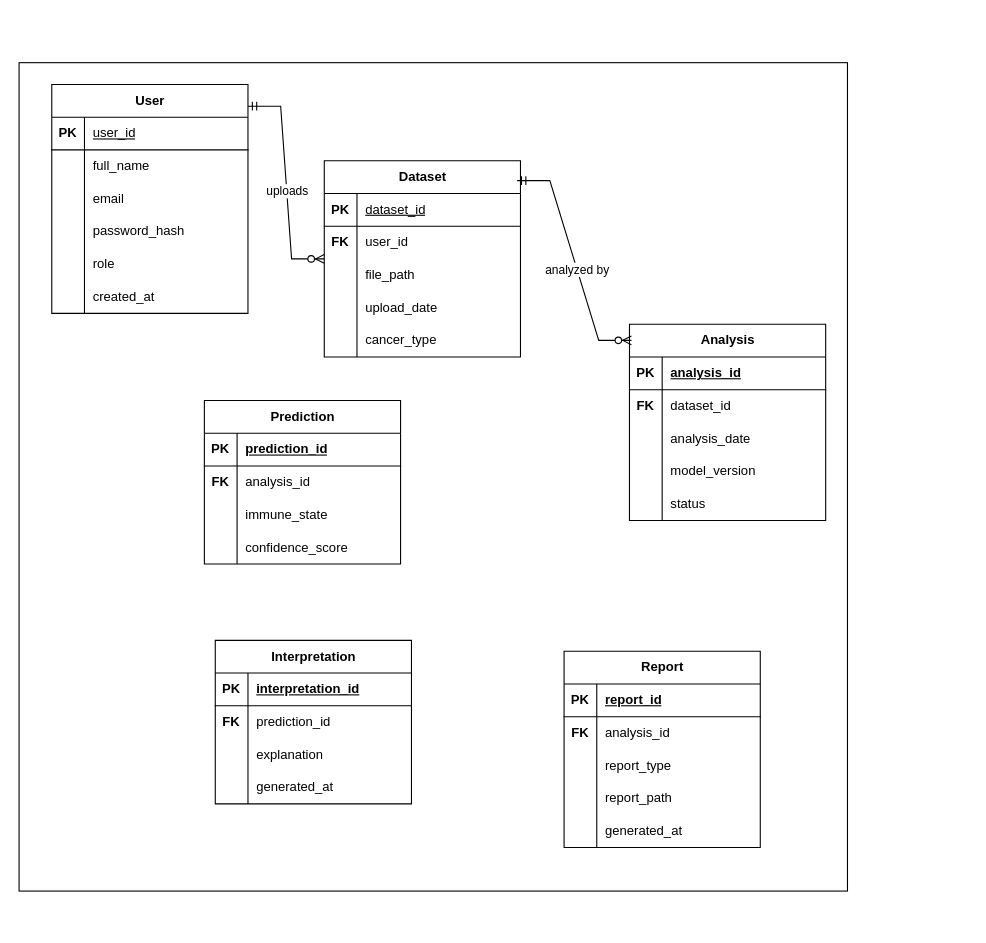
Above: ERD.drawio in raja016956/LLM-Assisted-Explainable-AI-for-Multi-Cancer-Immunomics (draw.io), before the change. Source tidied: cells renumbered, new cells numbered last; positions are measured from the earlier drawing's top-left corner, leaving out a move shared by most shapes. Both pictures are drawn from the tidied source at 109%, with x=0, y=0 at pixel (19, 62).
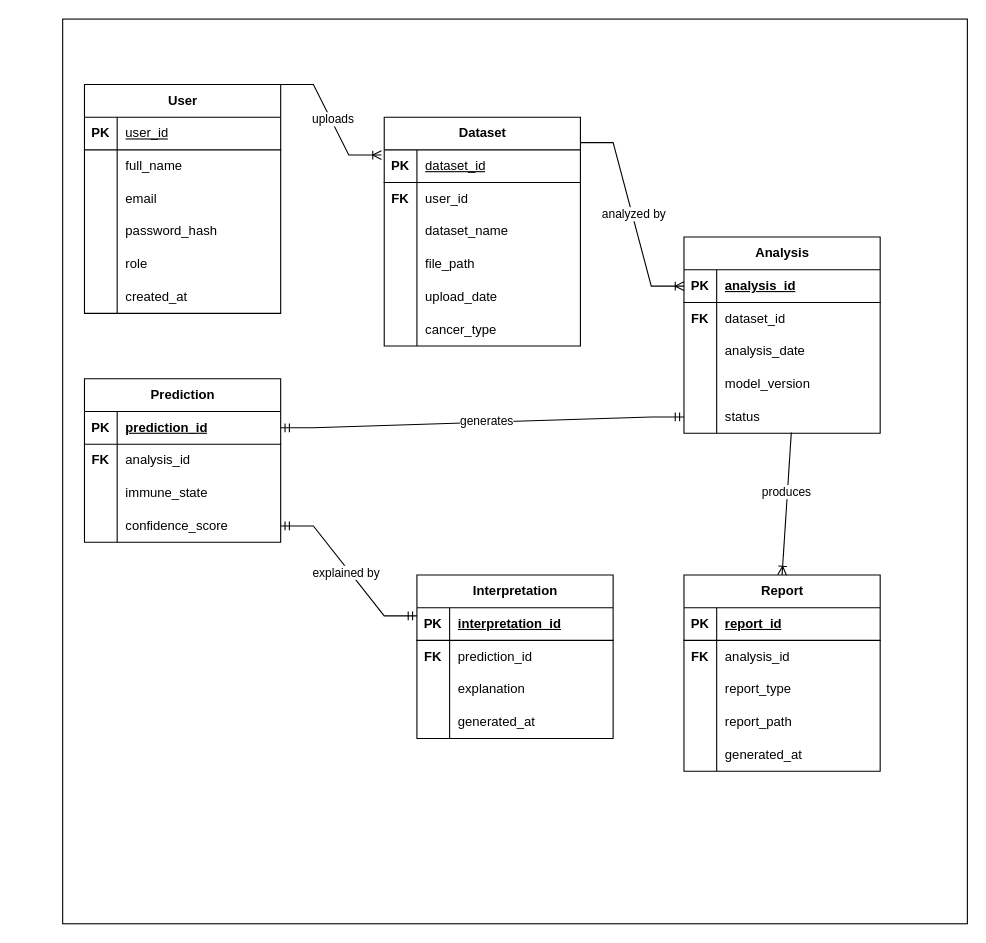
The same diagram, later.

The change refers to these unchanged cells:
```xml
<mxCell id="25" style="shape=tableRow;horizontal=0;startSize=0;swimlaneHead=0;swimlaneBody=0;fillColor=none;points=[[0,0.5],[1,0.5]];portConstraint=eastwest;top=0;left=0;right=0;bottom=1;" parent="24" vertex="1">
  <mxGeometry y="30" width="180" height="30" as="geometry" />
</mxCell>
<mxCell id="41" style="shape=tableRow;horizontal=0;startSize=0;swimlaneHead=0;swimlaneBody=0;fillColor=none;points=[[0,0.5],[1,0.5]];portConstraint=eastwest;top=0;left=0;right=0;bottom=1;" parent="40" vertex="1">
  <mxGeometry y="30" width="180" height="30" as="geometry" />
</mxCell>
<mxCell id="53" style="shape=tableRow;horizontal=0;startSize=0;swimlaneHead=0;swimlaneBody=0;fillColor=none;points=[[0,0.5],[1,0.5]];portConstraint=eastwest;top=0;left=0;right=0;bottom=0;" parent="40" vertex="1">
  <mxGeometry y="150" width="180" height="30" as="geometry" />
</mxCell>
<mxCell id="59" style="shape=tableRow;horizontal=0;startSize=0;swimlaneHead=0;swimlaneBody=0;fillColor=none;points=[[0,0.5],[1,0.5]];portConstraint=eastwest;top=0;left=0;right=0;bottom=1;" parent="58" vertex="1">
  <mxGeometry y="30" width="180" height="30" as="geometry" />
</mxCell>
<mxCell id="68" style="shape=tableRow;horizontal=0;startSize=0;swimlaneHead=0;swimlaneBody=0;fillColor=none;points=[[0,0.5],[1,0.5]];portConstraint=eastwest;top=0;left=0;right=0;bottom=0;" parent="58" vertex="1">
  <mxGeometry y="120" width="180" height="30" as="geometry" />
</mxCell>
```

Change to the diagram source:
```diff
@@
     <mxCell id="2" style="whiteSpace=wrap;html=1;fillColor=light-dark(#FFFFFF,#E6E6E6);" parent="1" vertex="1">
-      <mxGeometry width="760" height="760" as="geometry" />
+      <mxGeometry x="40" y="-40" width="830" height="830" as="geometry" />
     </mxCell>
     <mxCell id="3" value="User" style="shape=table;startSize=30;childLayout=tableLayout;rowLines=0;fontStyle=1;align=center;html=1;" parent="1" vertex="1">
-      <mxGeometry x="30" y="20" width="180" height="210" as="geometry" />
+      <mxGeometry x="60" y="20" width="180" height="210" as="geometry" />
     </mxCell>
@@
-    <mxCell id="22" style="edgeStyle=entityRelationEdgeStyle;fontSize=12;html=1;endArrow=ERzeroToMany;startArrow=ERmandOne;rounded=0;strokeColor=light-dark(#000000,#000000);entryX=0;entryY=0.5;entryDx=0;entryDy=0;exitX=1;exitY=0.095;exitDx=0;exitDy=0;exitPerimeter=0;" parent="1" edge="1" source="3" target="24">
-      <mxGeometry relative="1" as="geometry" />
-    </mxCell>
-    <mxCell id="23" value="uploads" style="edgeLabel;html=1;align=center;verticalAlign=middle;" parent="22" vertex="1">
-      <mxGeometry x="0.08" relative="1" as="geometry" />
-    </mxCell>
     <mxCell id="24" value="Dataset" style="shape=table;startSize=30;childLayout=tableLayout;rowLines=0;fontStyle=1;align=center;html=1;" parent="1" vertex="1">
-      <mxGeometry x="280" y="90" width="180" height="180" as="geometry" />
+      <mxGeometry x="335" y="50" width="180" height="210" as="geometry" />
     </mxCell>
@@
+    <mxCell id="100" style="shape=tableRow;horizontal=0;startSize=0;swimlaneHead=0;swimlaneBody=0;fillColor=none;top=0;left=0;right=0;bottom=0;" parent="24" vertex="1">
+      <mxGeometry y="90" width="180" height="30" as="geometry" />
+    </mxCell>
+    <mxCell id="101" style="shape=partialRectangle;fillColor=light-dark(transparent,#333333);top=0;left=0;bottom=0;right=0;overflow=hidden;whiteSpace=wrap;html=1;" parent="100" vertex="1">
+      <mxGeometry width="30" height="30" as="geometry" />
+    </mxCell>
+    <mxCell id="102" value="dataset_name" style="shape=partialRectangle;fillColor=light-dark(transparent,#333333);top=0;left=0;bottom=0;right=0;align=left;spacingLeft=6;overflow=hidden;whiteSpace=wrap;html=1;" parent="100" vertex="1">
+      <mxGeometry x="30" width="150" height="30" as="geometry" />
+    </mxCell>
     <mxCell id="31" style="shape=tableRow;horizontal=0;startSize=0;swimlaneHead=0;swimlaneBody=0;fillColor=none;top=0;left=0;right=0;bottom=0;" parent="24" vertex="1">
-      <mxGeometry y="90" width="180" height="30" as="geometry" />
+      <mxGeometry y="120" width="180" height="30" as="geometry" />
     </mxCell>
@@
     <mxCell id="34" style="shape=tableRow;horizontal=0;startSize=0;swimlaneHead=0;swimlaneBody=0;fillColor=none;top=0;left=0;right=0;bottom=0;" parent="24" vertex="1">
-      <mxGeometry y="120" width="180" height="30" as="geometry" />
+      <mxGeometry y="150" width="180" height="30" as="geometry" />
     </mxCell>
@@
     <mxCell id="37" style="shape=tableRow;horizontal=0;startSize=0;swimlaneHead=0;swimlaneBody=0;fillColor=none;top=0;left=0;right=0;bottom=0;" parent="24" vertex="1">
-      <mxGeometry y="150" width="180" height="30" as="geometry" />
+      <mxGeometry y="180" width="180" height="30" as="geometry" />
     </mxCell>
@@
     <mxCell id="40" value="Analysis" style="shape=table;startSize=30;childLayout=tableLayout;rowLines=0;fontStyle=1;align=center;html=1;" parent="1" vertex="1">
-      <mxGeometry x="560" y="240" width="180" height="180" as="geometry" />
+      <mxGeometry x="610" y="160" width="180" height="180" as="geometry" />
     </mxCell>
@@
-    <mxCell id="56" style="edgeStyle=entityRelationEdgeStyle;fontSize=12;html=1;endArrow=ERzeroToMany;startArrow=ERmandOne;rounded=0;strokeColor=light-dark(#000000,#000000);exitX=0.983;exitY=0.101;exitDx=0;exitDy=0;exitPerimeter=0;entryX=0.01;entryY=0.082;entryDx=0;entryDy=0;entryPerimeter=0;" parent="1" edge="1" source="24" target="40">
-      <mxGeometry relative="1" as="geometry" />
-    </mxCell>
-    <mxCell id="57" value="analyzed by" style="edgeLabel;html=1;align=center;verticalAlign=middle;" parent="56" vertex="1">
-      <mxGeometry x="0.08" relative="1" as="geometry" />
-    </mxCell>
     <mxCell id="58" value="Prediction" style="shape=table;startSize=30;childLayout=tableLayout;rowLines=0;fontStyle=1;align=center;html=1;" parent="1" vertex="1">
-      <mxGeometry x="170" y="310" width="180" height="150" as="geometry" />
+      <mxGeometry x="60" y="290" width="180" height="150" as="geometry" />
     </mxCell>
@@
     <mxCell id="71" value="Interpretation" style="shape=table;startSize=30;childLayout=tableLayout;rowLines=0;fontStyle=1;align=center;html=1;" parent="1" vertex="1">
-      <mxGeometry x="180" y="530" width="180" height="150" as="geometry" />
+      <mxGeometry x="365" y="470" width="180" height="150" as="geometry" />
     </mxCell>
@@
     <mxCell id="84" value="Report" style="shape=table;startSize=30;childLayout=tableLayout;rowLines=0;fontStyle=1;align=center;html=1;" parent="1" vertex="1">
-      <mxGeometry x="500" y="540" width="180" height="180" as="geometry" />
+      <mxGeometry x="610" y="470" width="180" height="180" as="geometry" />
     </mxCell>
@@
+    <mxCell id="103" style="edgeStyle=entityRelationEdgeStyle;fontSize=12;html=1;endArrow=ERoneToMany;rounded=0;strokeColor=light-dark(#000000,#000000);exitX=1;exitY=0.111;exitDx=0;exitDy=0;exitPerimeter=0;entryX=0;entryY=0.5;entryDx=0;entryDy=0;" parent="1" edge="1" source="24" target="41">
+      <mxGeometry relative="1" as="geometry" />
+    </mxCell>
+    <mxCell id="57" value="analyzed by" style="edgeLabel;html=1;align=center;verticalAlign=middle;" parent="103" vertex="1">
+      <mxGeometry y="1" relative="1" as="geometry" />
+    </mxCell>
+    <mxCell id="104" style="edgeStyle=entityRelationEdgeStyle;fontSize=12;html=1;endArrow=ERmandOne;startArrow=ERmandOne;rounded=0;strokeColor=light-dark(#000000,#000000);entryX=0;entryY=0.5;entryDx=0;entryDy=0;exitX=1;exitY=0.5;exitDx=0;exitDy=0;" parent="1" edge="1" source="59" target="53">
+      <mxGeometry relative="1" as="geometry" />
+    </mxCell>
+    <mxCell id="105" value="generates" style="edgeLabel;html=1;align=center;verticalAlign=middle;" parent="104" vertex="1">
+      <mxGeometry x="0.02" y="1" relative="1" as="geometry" />
+    </mxCell>
+    <mxCell id="106" style="fontSize=12;html=1;endArrow=ERmandOne;startArrow=ERmandOne;rounded=0;strokeColor=light-dark(#000000,#000000);entryX=1;entryY=0.5;entryDx=0;entryDy=0;exitX=0;exitY=0.25;exitDx=0;exitDy=0;edgeStyle=entityRelationEdgeStyle;" parent="1" edge="1" source="71" target="68">
+      <mxGeometry relative="1" as="geometry" />
+    </mxCell>
+    <mxCell id="107" value="explained by" style="edgeLabel;html=1;align=center;verticalAlign=middle;" parent="106" vertex="1">
+      <mxGeometry y="3" relative="1" as="geometry" />
+    </mxCell>
+    <mxCell id="108" style="fontSize=12;html=1;endArrow=ERoneToMany;rounded=0;entryX=0.5;entryY=0;entryDx=0;entryDy=0;exitX=0.547;exitY=0.978;exitDx=0;exitDy=0;strokeColor=light-dark(#000000,#000000);elbow=vertical;exitPerimeter=0;" parent="1" edge="1" source="53" target="84">
+      <mxGeometry relative="1" as="geometry" />
+    </mxCell>
+    <mxCell id="109" value="produces" style="edgeLabel;html=1;align=center;verticalAlign=middle;" parent="108" vertex="1">
+      <mxGeometry x="-0.17" y="-1" relative="1" as="geometry" />
+    </mxCell>
+    <mxCell id="110" style="edgeStyle=entityRelationEdgeStyle;fontSize=12;html=1;endArrow=ERoneToMany;rounded=0;strokeColor=light-dark(#000000,#000000);exitX=1;exitY=0;exitDx=0;exitDy=0;entryX=-0.014;entryY=0.159;entryDx=0;entryDy=0;entryPerimeter=0;" parent="1" edge="1" source="3" target="25">
+      <mxGeometry relative="1" as="geometry" />
+    </mxCell>
+    <mxCell id="23" value="uploads" style="edgeLabel;html=1;align=center;verticalAlign=middle;" parent="110" vertex="1">
+      <mxGeometry y="1" relative="1" as="geometry" />
+    </mxCell>
```
